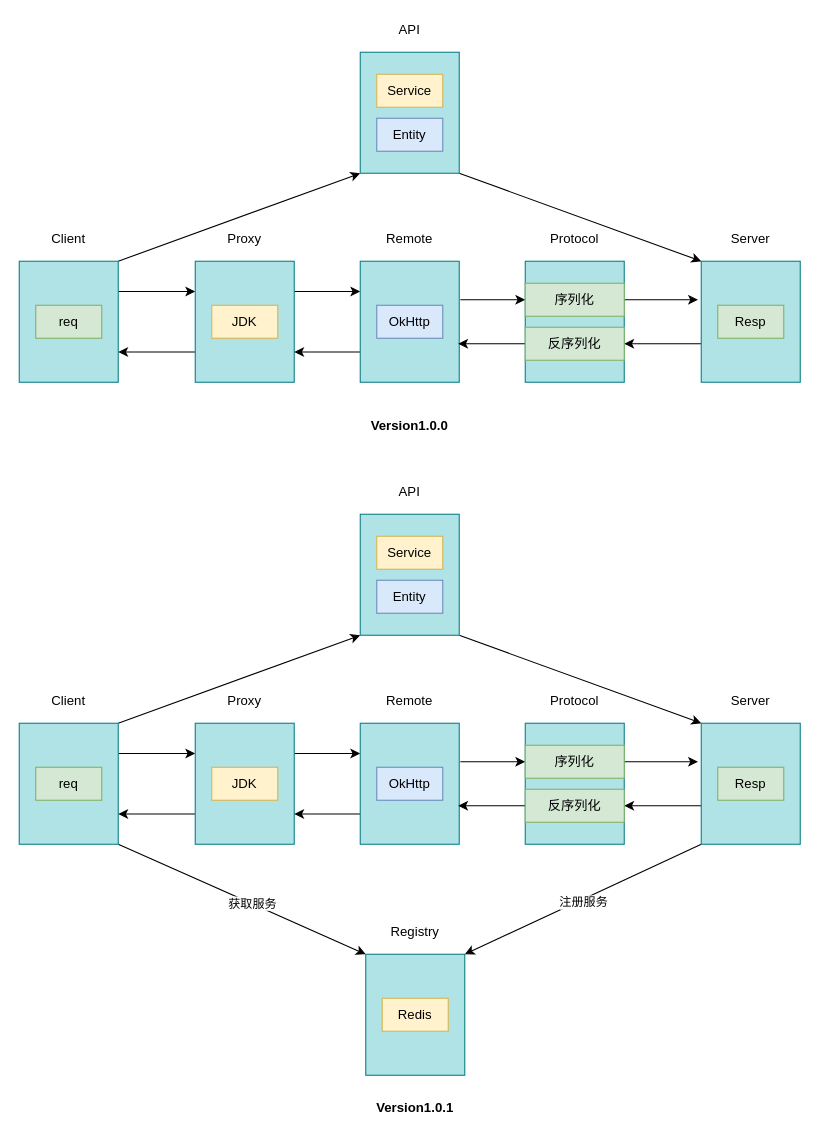
oliverschen/draw.io keeps this draw.io diagram as jihe/rpc/oli-rpc.drawio. Above is the earlier version. Source tidied: cells renumbered, new cells numbered last; positions are measured from the earlier drawing's top-left corner, leaving out a move shared by most shapes. Both pictures are drawn from the tidied source at 110%, with x=0, y=0 at pixel (19, 19).
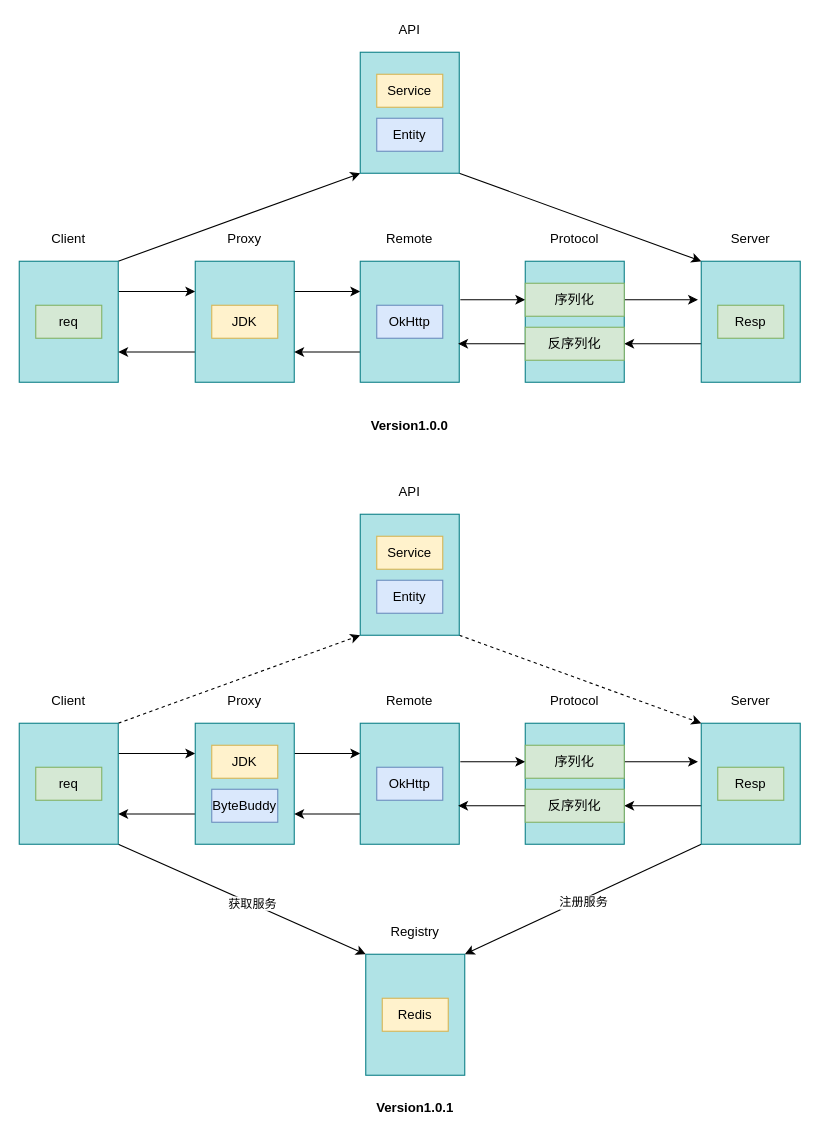
Above is the later version.

Unchanged cells that the change refers to:
```xml
<mxCell id="38" style="rounded=0;whiteSpace=wrap;html=1;fillColor=#b0e3e6;strokeColor=#0e8088;" parent="1" vertex="1">
  <mxGeometry y="640" width="90" height="110" as="geometry" />
</mxCell>
<mxCell id="54" style="rounded=0;whiteSpace=wrap;html=1;fillColor=#b0e3e6;strokeColor=#0e8088;" parent="1" vertex="1">
  <mxGeometry x="620" y="640" width="90" height="110" as="geometry" />
</mxCell>
<mxCell id="64" style="rounded=0;whiteSpace=wrap;html=1;fillColor=#b0e3e6;strokeColor=#0e8088;" parent="1" vertex="1">
  <mxGeometry x="310" y="450" width="90" height="110" as="geometry" />
</mxCell>
```

What changed in the source:
```diff
@@
-    <mxCell id="35" style="rounded=0;jettySize=auto;html=1;exitX=1;exitY=0;exitDx=0;exitDy=0;entryX=0;entryY=1;entryDx=0;entryDy=0;" parent="1" edge="1" source="38" target="64">
+    <mxCell id="35" style="rounded=0;jettySize=auto;html=1;exitX=1;exitY=0;exitDx=0;exitDy=0;entryX=0;entryY=1;entryDx=0;entryDy=0;dashed=1;" parent="1" edge="1" source="38" target="64">
       <mxGeometry relative="1" as="geometry" />
     </mxCell>
@@
     <mxCell id="45" value="JDK" style="rounded=0;whiteSpace=wrap;html=1;fillColor=#fff2cc;strokeColor=#d6b656;" parent="1" vertex="1">
-      <mxGeometry x="175" y="680" width="60" height="30" as="geometry" />
+      <mxGeometry x="175" y="660" width="60" height="30" as="geometry" />
     </mxCell>
@@
-    <mxCell id="63" style="edgeStyle=none;rounded=0;jettySize=auto;html=1;exitX=1;exitY=1;exitDx=0;exitDy=0;entryX=0;entryY=0;entryDx=0;entryDy=0;" parent="1" edge="1" source="64" target="54">
+    <mxCell id="63" style="edgeStyle=none;rounded=0;jettySize=auto;html=1;exitX=1;exitY=1;exitDx=0;exitDy=0;entryX=0;entryY=0;entryDx=0;entryDy=0;dashed=1;" parent="1" edge="1" source="64" target="54">
       <mxGeometry relative="1" as="geometry" />
     </mxCell>
@@
+    <mxCell id="71" value="ByteBuddy" style="rounded=0;whiteSpace=wrap;html=1;fillColor=#dae8fc;strokeColor=#6c8ebf;" parent="1" vertex="1">
+      <mxGeometry x="175" y="700" width="60" height="30" as="geometry" />
+    </mxCell>
```
